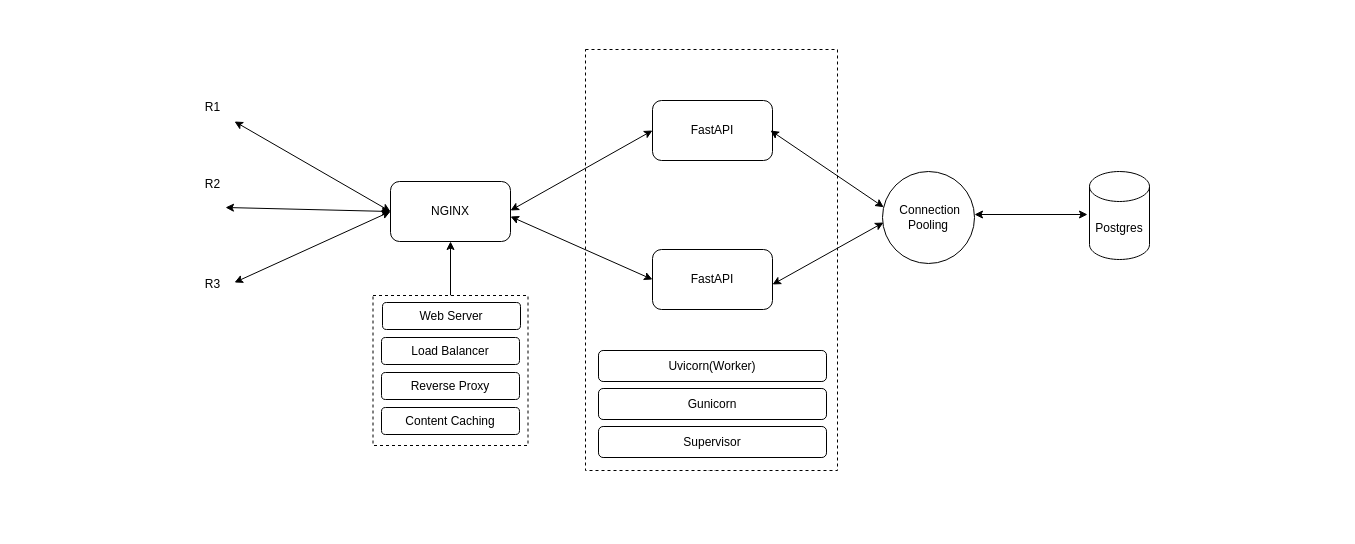
Earlier version of the draw.io diagram FastAPI/FastAPI.drawio (suriya-mca/Design). Source tidied: cells renumbered, new cells numbered last; positions are measured from the earlier drawing's top-left corner, leaving out a move shared by most shapes. Both pictures are drawn from the tidied source at 100%, with x=0, y=0 at pixel (195, 49).
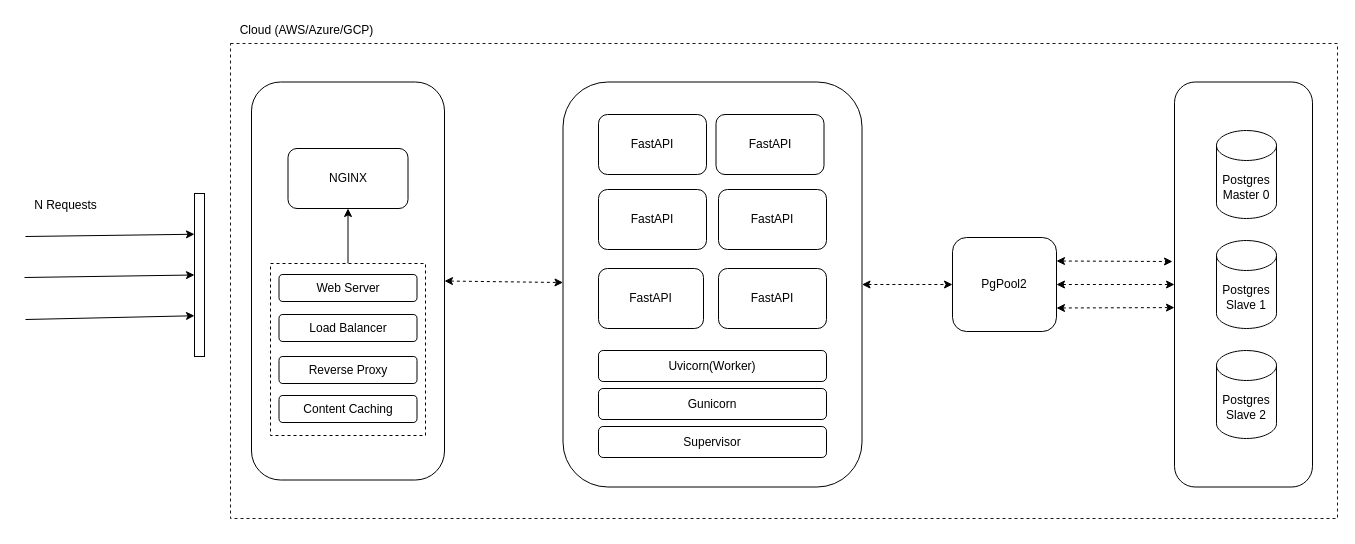
Above is the later version.

The edit, as a diff of the source:
```diff
@@
-    <mxCell id="3" style="rounded=0;whiteSpace=wrap;html=1;dashed=1;" parent="1" vertex="1">
-      <mxGeometry x="390" width="252" height="421" as="geometry" />
+    <mxCell id="3" style="rounded=0;whiteSpace=wrap;html=1;dashed=1;strokeColor=#1A1A1A;" parent="1" vertex="1">
+      <mxGeometry x="35" y="-6" width="1107" height="475" as="geometry" />
     </mxCell>
     <mxCell id="4" value="NGINX" style="rounded=1;whiteSpace=wrap;html=1;" parent="1" vertex="1">
-      <mxGeometry x="195" y="132" width="120" height="60" as="geometry" />
+      <mxGeometry x="92.5" y="99" width="120" height="60" as="geometry" />
     </mxCell>
     <mxCell id="5" value="FastAPI" style="rounded=1;whiteSpace=wrap;html=1;" parent="1" vertex="1">
-      <mxGeometry x="457" y="200" width="120" height="60" as="geometry" />
+      <mxGeometry x="403" y="219" width="105" height="60" as="geometry" />
     </mxCell>
     <mxCell id="6" value="FastAPI" style="rounded=1;whiteSpace=wrap;html=1;" parent="1" vertex="1">
-      <mxGeometry x="457" y="51" width="120" height="60" as="geometry" />
+      <mxGeometry x="523" y="219" width="108" height="60" as="geometry" />
     </mxCell>
-    <mxCell id="7" value="Postgres" style="shape=cylinder3;whiteSpace=wrap;html=1;boundedLbl=1;backgroundOutline=1;size=15;" parent="1" vertex="1">
-      <mxGeometry x="894" y="122" width="60" height="88" as="geometry" />
+    <mxCell id="7" value="Postgres&lt;br&gt;Master 0" style="shape=cylinder3;whiteSpace=wrap;html=1;boundedLbl=1;backgroundOutline=1;size=15;" parent="1" vertex="1">
+      <mxGeometry x="1021" y="81" width="60" height="88" as="geometry" />
     </mxCell>
-    <mxCell id="8" value="&amp;nbsp;Connection Pooling" style="ellipse;whiteSpace=wrap;html=1;" parent="1" vertex="1">
-      <mxGeometry x="687" y="122" width="92" height="92" as="geometry" />
-    </mxCell>
-    <mxCell id="9" style="endArrow=classic;startArrow=classic;html=1;rounded=0;" parent="1" edge="1">
-      <mxGeometry relative="1" as="geometry">
-        <mxPoint x="779" y="165" as="sourcePoint" />
-        <mxPoint x="892" y="165" as="targetPoint" />
-      </mxGeometry>
-    </mxCell>
-    <mxCell id="10" style="endArrow=classic;startArrow=classic;html=1;rounded=0;" parent="1" edge="1">
-      <mxGeometry relative="1" as="geometry">
-        <mxPoint x="577" y="235" as="sourcePoint" />
-        <mxPoint x="688" y="173" as="targetPoint" />
-      </mxGeometry>
-    </mxCell>
-    <mxCell id="11" style="endArrow=classic;startArrow=classic;html=1;rounded=0;entryX=0.013;entryY=0.388;entryDx=0;entryDy=0;entryPerimeter=0;" parent="1" edge="1" target="8">
-      <mxGeometry relative="1" as="geometry">
-        <mxPoint x="575" y="81" as="sourcePoint" />
-      </mxGeometry>
-    </mxCell>
@@
-    <mxCell id="13" style="endArrow=classic;startArrow=classic;html=1;rounded=0;entryX=0;entryY=0.5;entryDx=0;entryDy=0;" parent="1" edge="1" target="5">
-      <mxGeometry relative="1" as="geometry">
-        <mxPoint x="315" y="167" as="sourcePoint" />
-      </mxGeometry>
-    </mxCell>
-    <mxCell id="14" style="endArrow=classic;startArrow=classic;html=1;rounded=0;entryX=0;entryY=0.5;entryDx=0;entryDy=0;" parent="1" edge="1" target="6">
-      <mxGeometry relative="1" as="geometry">
-        <mxPoint x="315" y="161" as="sourcePoint" />
-      </mxGeometry>
-    </mxCell>
-    <mxCell id="15" style="endArrow=classic;startArrow=classic;html=1;rounded=0;entryX=0;entryY=0.5;entryDx=0;entryDy=0;" parent="1" edge="1" target="4">
-      <mxGeometry relative="1" as="geometry">
-        <mxPoint x="39" y="233" as="sourcePoint" />
-      </mxGeometry>
-    </mxCell>
-    <mxCell id="16" style="endArrow=classic;startArrow=classic;html=1;rounded=0;entryX=0;entryY=0.5;entryDx=0;entryDy=0;" parent="1" edge="1" target="4">
-      <mxGeometry relative="1" as="geometry">
-        <mxPoint x="30" y="158" as="sourcePoint" />
-      </mxGeometry>
-    </mxCell>
-    <mxCell id="17" style="endArrow=classic;startArrow=classic;html=1;rounded=0;entryX=0;entryY=0.5;entryDx=0;entryDy=0;exitX=1.182;exitY=1.038;exitDx=0;exitDy=0;exitPerimeter=0;" parent="1" edge="1" source="18" target="4">
-      <mxGeometry relative="1" as="geometry" />
-    </mxCell>
-    <mxCell id="18" value="R1" style="text;html=1;align=center;verticalAlign=middle;points=[];strokeColor=none;fillColor=none;" parent="1" vertex="1">
-      <mxGeometry y="45" width="33" height="26" as="geometry" />
-    </mxCell>
-    <mxCell id="19" value="R2" style="text;html=1;align=center;verticalAlign=middle;strokeColor=none;fillColor=none;" parent="1" vertex="1">
-      <mxGeometry y="122" width="33" height="26" as="geometry" />
-    </mxCell>
-    <mxCell id="20" value="R3" style="text;html=1;align=center;verticalAlign=middle;strokeColor=none;fillColor=none;" parent="1" vertex="1">
-      <mxGeometry y="222" width="33" height="26" as="geometry" />
-    </mxCell>
@@
     <mxCell id="22" style="rounded=0;whiteSpace=wrap;html=1;dashed=1;" parent="1" vertex="1">
-      <mxGeometry x="177.5" y="246" width="155" height="150" as="geometry" />
+      <mxGeometry x="75" y="214" width="155" height="172" as="geometry" />
     </mxCell>
     <mxCell id="23" value="Web Server" style="rounded=1;whiteSpace=wrap;html=1;" parent="1" vertex="1">
-      <mxGeometry x="187" y="253" width="138" height="27" as="geometry" />
+      <mxGeometry x="83.5" y="225" width="138" height="27" as="geometry" />
     </mxCell>
     <mxCell id="24" value="Load Balancer" style="rounded=1;whiteSpace=wrap;html=1;" parent="1" vertex="1">
-      <mxGeometry x="186" y="288" width="138" height="27" as="geometry" />
+      <mxGeometry x="83.5" y="265" width="138" height="27" as="geometry" />
     </mxCell>
     <mxCell id="25" value="Reverse Proxy" style="rounded=1;whiteSpace=wrap;html=1;" parent="1" vertex="1">
-      <mxGeometry x="186" y="323" width="138" height="27" as="geometry" />
+      <mxGeometry x="83.5" y="307" width="138" height="27" as="geometry" />
     </mxCell>
     <mxCell id="26" value="Content Caching" style="rounded=1;whiteSpace=wrap;html=1;" parent="1" vertex="1">
-      <mxGeometry x="186" y="358" width="138" height="27" as="geometry" />
+      <mxGeometry x="83.5" y="346" width="138" height="27" as="geometry" />
     </mxCell>
@@
+    <mxCell id="29" style="rounded=1;whiteSpace=wrap;html=1;gradientColor=none;fillColor=none;" parent="1" vertex="1">
+      <mxGeometry x="56" y="32.5" width="193" height="398" as="geometry" />
+    </mxCell>
+    <mxCell id="30" style="rounded=1;whiteSpace=wrap;html=1;gradientColor=none;fillColor=none;" parent="1" vertex="1">
+      <mxGeometry x="367.5" y="32.5" width="299" height="405" as="geometry" />
+    </mxCell>
+    <mxCell id="31" value="Cloud (AWS/Azure/GCP)" style="text;html=1;align=center;verticalAlign=middle;strokeColor=none;fillColor=none;" parent="1" vertex="1">
+      <mxGeometry x="35" y="-32" width="152" height="26" as="geometry" />
+    </mxCell>
+    <mxCell id="32" value="FastAPI" style="rounded=1;whiteSpace=wrap;html=1;" parent="1" vertex="1">
+      <mxGeometry x="523" y="140" width="108" height="60" as="geometry" />
+    </mxCell>
+    <mxCell id="33" value="FastAPI" style="rounded=1;whiteSpace=wrap;html=1;" parent="1" vertex="1">
+      <mxGeometry x="403" y="140" width="108" height="60" as="geometry" />
+    </mxCell>
+    <mxCell id="34" value="FastAPI" style="rounded=1;whiteSpace=wrap;html=1;" parent="1" vertex="1">
+      <mxGeometry x="520.5" y="65" width="108" height="60" as="geometry" />
+    </mxCell>
+    <mxCell id="35" value="FastAPI" style="rounded=1;whiteSpace=wrap;html=1;" parent="1" vertex="1">
+      <mxGeometry x="403" y="65" width="108" height="60" as="geometry" />
+    </mxCell>
+    <mxCell id="36" style="rounded=1;whiteSpace=wrap;html=1;gradientColor=none;fillColor=none;" parent="1" vertex="1">
+      <mxGeometry x="979" y="32.5" width="138" height="405" as="geometry" />
+    </mxCell>
+    <mxCell id="37" value="Postgres&lt;br&gt;Slave 1" style="shape=cylinder3;whiteSpace=wrap;html=1;boundedLbl=1;backgroundOutline=1;size=15;" parent="1" vertex="1">
+      <mxGeometry x="1021" y="191" width="60" height="88" as="geometry" />
+    </mxCell>
+    <mxCell id="38" value="Postgres&lt;br&gt;Slave 2" style="shape=cylinder3;whiteSpace=wrap;html=1;boundedLbl=1;backgroundOutline=1;size=15;" parent="1" vertex="1">
+      <mxGeometry x="1021" y="301" width="60" height="88" as="geometry" />
+    </mxCell>
+    <mxCell id="39" value="PgPool2" style="rounded=1;whiteSpace=wrap;html=1;gradientColor=none;fillColor=none;" parent="1" vertex="1">
+      <mxGeometry x="757" y="188" width="104" height="94" as="geometry" />
+    </mxCell>
+    <mxCell id="40" style="endArrow=classic;startArrow=classic;html=1;rounded=0;exitX=1;exitY=0.5;exitDx=0;exitDy=0;dashed=1;" parent="1" edge="1" source="29" target="30">
+      <mxGeometry relative="1" as="geometry" />
+    </mxCell>
+    <mxCell id="41" style="endArrow=classic;startArrow=classic;html=1;rounded=0;exitX=1;exitY=0.25;exitDx=0;exitDy=0;dashed=1;" parent="1" edge="1" source="39">
+      <mxGeometry relative="1" as="geometry">
+        <mxPoint x="977" y="212" as="targetPoint" />
+      </mxGeometry>
+    </mxCell>
+    <mxCell id="42" style="endArrow=classic;startArrow=classic;html=1;rounded=0;exitX=1;exitY=0.5;exitDx=0;exitDy=0;dashed=1;entryX=0;entryY=0.5;entryDx=0;entryDy=0;" parent="1" edge="1" source="30" target="39">
+      <mxGeometry relative="1" as="geometry" />
+    </mxCell>
+    <mxCell id="43" style="endArrow=classic;startArrow=classic;html=1;rounded=0;exitX=1;exitY=0.75;exitDx=0;exitDy=0;dashed=1;entryX=0;entryY=0.557;entryDx=0;entryDy=0;entryPerimeter=0;" parent="1" edge="1" source="39" target="36">
+      <mxGeometry relative="1" as="geometry" />
+    </mxCell>
+    <mxCell id="44" style="endArrow=classic;startArrow=classic;html=1;rounded=0;exitX=1;exitY=0.5;exitDx=0;exitDy=0;dashed=1;entryX=0;entryY=0.5;entryDx=0;entryDy=0;" parent="1" edge="1" source="39" target="36">
+      <mxGeometry relative="1" as="geometry" />
+    </mxCell>
+    <mxCell id="45" style="endArrow=classic;html=1;rounded=0;entryX=0;entryY=0.75;entryDx=0;entryDy=0;" parent="1" edge="1" target="48">
+      <mxGeometry relative="1" as="geometry">
+        <mxPoint x="-170" y="270" as="sourcePoint" />
+      </mxGeometry>
+    </mxCell>
+    <mxCell id="46" style="endArrow=classic;html=1;rounded=0;entryX=0;entryY=0.5;entryDx=0;entryDy=0;" parent="1" edge="1" target="48">
+      <mxGeometry relative="1" as="geometry">
+        <mxPoint x="-171" y="228" as="sourcePoint" />
+      </mxGeometry>
+    </mxCell>
+    <mxCell id="47" style="endArrow=classic;html=1;rounded=0;entryX=0;entryY=0.25;entryDx=0;entryDy=0;" parent="1" edge="1" target="48">
+      <mxGeometry relative="1" as="geometry">
+        <mxPoint x="-170" y="187" as="sourcePoint" />
+      </mxGeometry>
+    </mxCell>
+    <mxCell id="48" style="rounded=0;whiteSpace=wrap;html=1;" parent="1" vertex="1">
+      <mxGeometry x="-1" y="144" width="10" height="163" as="geometry" />
+    </mxCell>
+    <mxCell id="49" value="N Requests" style="text;html=1;align=center;verticalAlign=middle;strokeColor=none;fillColor=none;" parent="1" vertex="1">
+      <mxGeometry x="-171" y="143" width="81" height="26" as="geometry" />
+    </mxCell>
```
